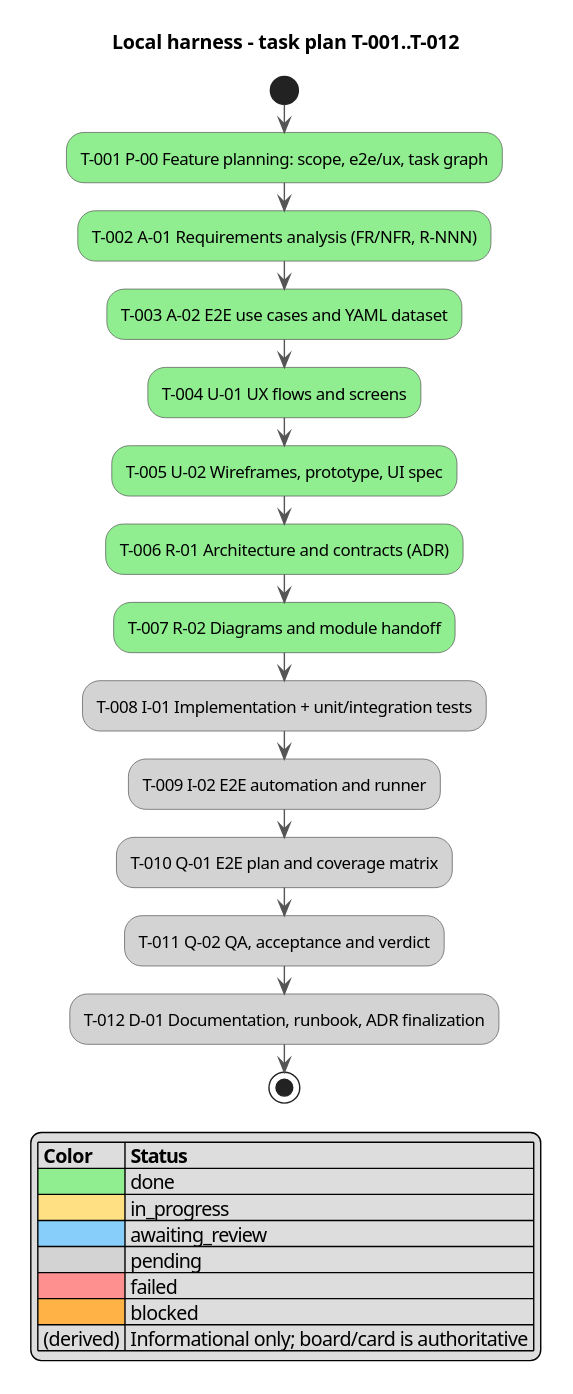
serge-sasov/ai-task-tracker keeps this PlantUML diagram as docs/activity.svg. Above is the earlier version.
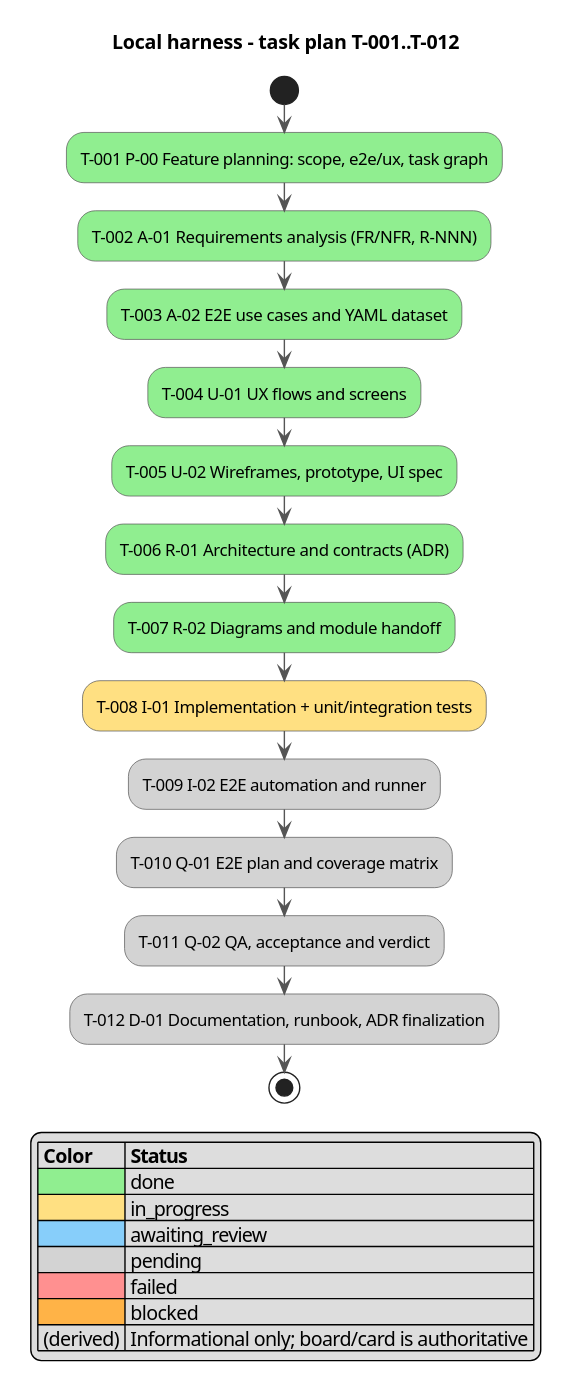
After the change.

What changed in the source:
```diff
@@ -13,7 +13,7 @@
 :T-005 U-02 Wireframes, prototype, UI spec; <<#90EE90>>
 :T-006 R-01 Architecture and contracts (ADR); <<#90EE90>>
 :T-007 R-02 Diagrams and module handoff; <<#90EE90>>
-:T-008 I-01 Implementation + unit/integration tests; <<#D3D3D3>>
+:T-008 I-01 Implementation + unit/integration tests; <<#FFE082>>
 :T-009 I-02 E2E automation and runner; <<#D3D3D3>>
 :T-010 Q-01 E2E plan and coverage matrix; <<#D3D3D3>>
 :T-011 Q-02 QA, acceptance and verdict; <<#D3D3D3>>
```
